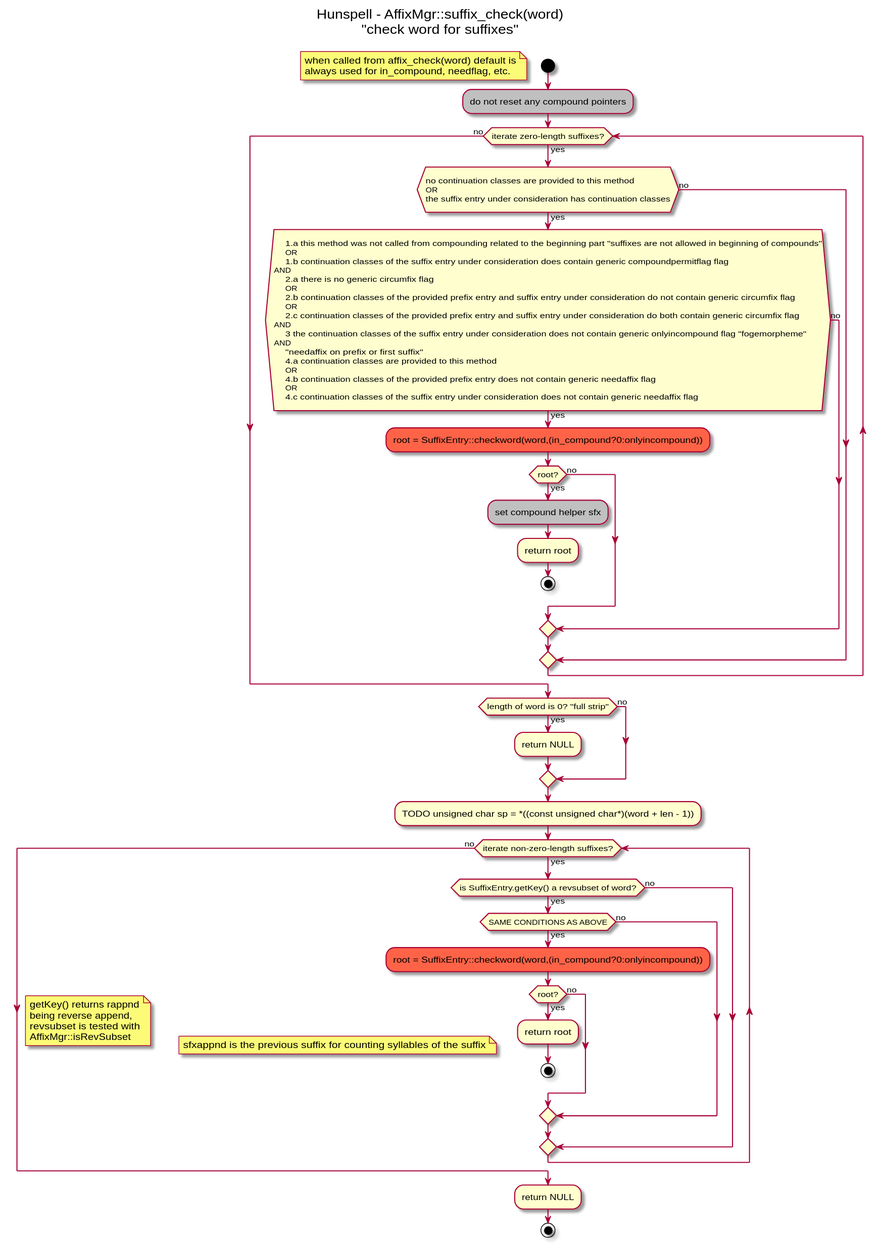
This is uml/activity-diagrams/suffix-check-activity-diagram.svg from nuspell/misc-nuspell, a PlantUML export, as it was before one commit.
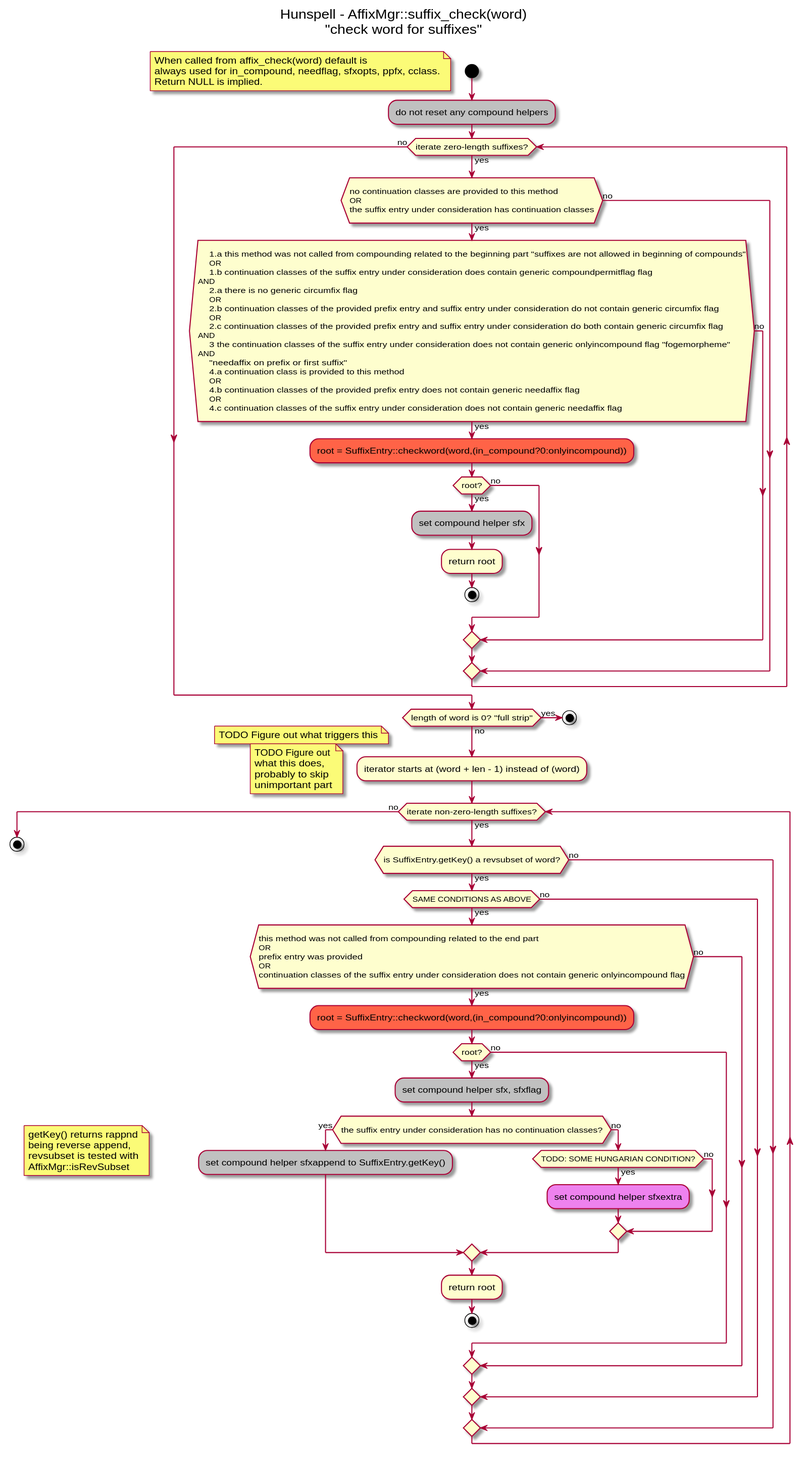
The same file after the commit.

Commit message:
documentation of check_affix methods

The edit, as a diff of the source:
```diff
@@ -4,9 +4,9 @@
 title Hunspell - AffixMgr::suffix_check(word)\n"check word for suffixes"\n
 
 start
-floating note: when called from affix_check(word) default is\nalways used for in_compound, needflag, etc.
+floating note: When called from affix_check(word) default is\nalways used for in_compound, needflag, sfxopts, ppfx, cclass.\nReturn NULL is implied.
 
-#silver:do not reset any compound pointers;
+#silver:do not reset any compound helpers;
 while (iterate zero-length suffixes?) is (yes)
 	if (
 no continuation classes are provided to this method
@@ -27,7 +27,7 @@
     3 the continuation classes of the suffix entry under consideration does not contain generic onlyincompound flag "fogemorpheme"
 AND
     "needaffix on prefix or first suffix"
-    4.a continuation classes are provided to this method
+    4.a continuation class is provided to this method
     OR
     4.b continuation classes of the provided prefix entry does not contain generic needaffix flag
     OR
@@ -47,21 +47,43 @@
 endwhile (no)
 
 if (length of word is 0? "full strip") then (yes)
-	:return NULL;
+	floating note: TODO Figure out what triggers this
+	stop
 else (no)
 endif
 
-:TODO unsigned char sp = *((const unsigned char*)(word + len - 1));
+:iterator starts at (word + len - 1) instead of (word);
+floating note: TODO Figure out\nwhat this does,\nprobably to skip\nunimportant part
 while (iterate non-zero-length suffixes?) is (yes)
-	if (is SuffixEntry.getKey() a revsubset of word?) then (yes)
+	if (
+is SuffixEntry.getKey() a revsubset of word?
+	) then (yes)
 		floating note: getKey() returns rappnd\nbeing reverse append,\nrevsubset is tested with\nAffixMgr::isRevSubset
 		if (SAME CONDITIONS AS ABOVE) then (yes)
-			#tomato:root = SuffixEntry::checkword(word,(in_compound?0:onlyincompound));
-			if (root?) then (yes)
-				floating note: sfxappnd is the previous suffix for counting syllables of the suffix
-
-				:return root;
-				stop
+			if (
+this method was not called from compounding related to the end part
+OR
+prefix entry was provided
+OR
+continuation classes of the suffix entry under consideration does not contain generic onlyincompound flag
+			) then (yes)
+				#tomato:root = SuffixEntry::checkword(word,(in_compound?0:onlyincompound));
+				if (root?) then (yes)
+					#silver:set compound helper sfx, sfxflag;
+					if (
+the suffix entry under consideration has no continuation classes?
+					) then (yes)
+						#silver:set compound helper sfxappend to SuffixEntry.getKey();
+					else (no)
+						if (TODO: SOME HUNGARIAN CONDITION?) then (yes)
+							#violet:set compound helper sfxextra;
+						else (no)
+						endif
+					endif
+					:return root;
+					stop
+				else (no)
+				endif
 			else (no)
 			endif
 		else (no)
@@ -70,7 +92,6 @@
 	endif
 endwhile (no)
 
-:return NULL;
 stop
 
 @enduml
```
